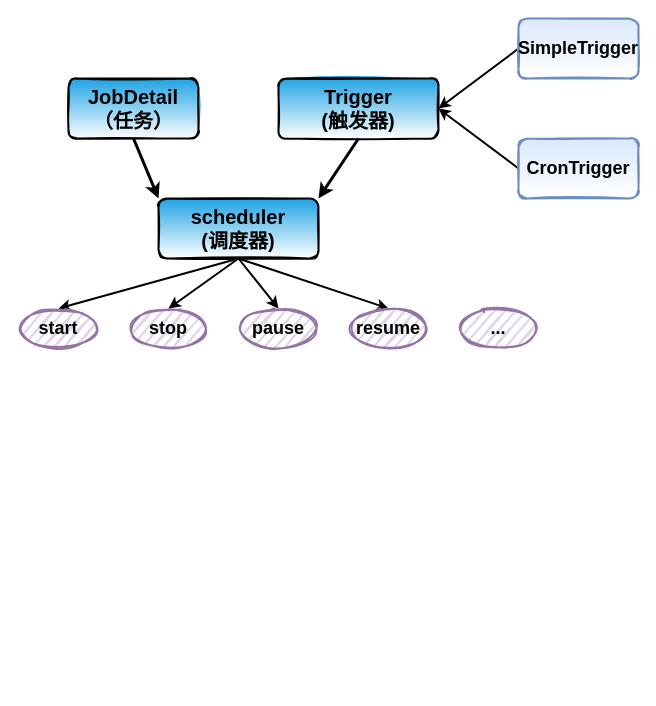
The draw.io diagram quartz.drawio in C-wx/MindManager, before the edit. Source tidied: cells renumbered, new cells numbered last; positions are measured from the earlier drawing's top-left corner, leaving out a move shared by most shapes. Both pictures are drawn from the tidied source at 100%, with x=0, y=0 at pixel (18, 18).
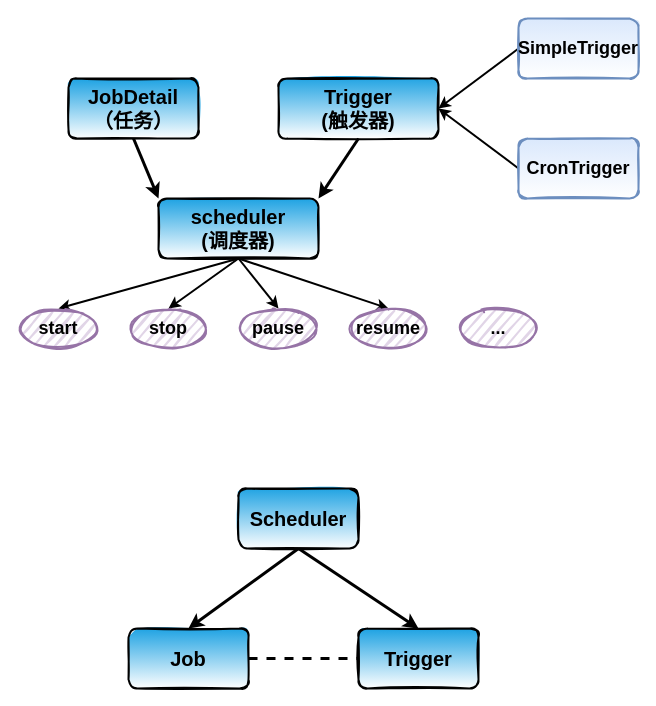
The same page after the edit.

What changed in the source:
```diff
@@
+    <mxCell id="20" style="edgeStyle=none;rounded=0;jettySize=auto;html=1;exitX=0.5;exitY=1;exitDx=0;exitDy=0;entryX=0.5;entryY=0;entryDx=0;entryDy=0;strokeWidth=3;" parent="1" edge="1" source="22" target="25">
+      <mxGeometry relative="1" as="geometry" />
+    </mxCell>
+    <mxCell id="21" style="edgeStyle=none;rounded=0;jettySize=auto;html=1;exitX=0.5;exitY=1;exitDx=0;exitDy=0;entryX=0.5;entryY=0;entryDx=0;entryDy=0;strokeWidth=3;" parent="1" edge="1" source="22" target="24">
+      <mxGeometry relative="1" as="geometry" />
+    </mxCell>
+    <mxCell id="22" value="&lt;font style=&quot;font-size: 20px&quot;&gt;&lt;b&gt;Scheduler&lt;/b&gt;&lt;/font&gt;" style="rounded=1;whiteSpace=wrap;html=1;strokeWidth=2;fillWeight=4;hachureGap=8;hachureAngle=45;fillColor=#1ba1e2;sketch=1;gradientColor=#ffffff;" parent="1" vertex="1">
+      <mxGeometry x="220" y="470" width="120" height="60" as="geometry" />
+    </mxCell>
+    <mxCell id="23" style="rounded=0;jettySize=auto;html=1;exitX=1;exitY=0.5;exitDx=0;exitDy=0;entryX=0;entryY=0.5;entryDx=0;entryDy=0;strokeWidth=3;dashed=1;endArrow=none;endFill=0;" parent="1" edge="1" source="24" target="25">
+      <mxGeometry relative="1" as="geometry" />
+    </mxCell>
+    <mxCell id="24" value="&lt;font style=&quot;font-size: 20px&quot;&gt;&lt;b&gt;Job&lt;/b&gt;&lt;/font&gt;" style="rounded=1;whiteSpace=wrap;html=1;strokeWidth=2;fillWeight=4;hachureGap=8;hachureAngle=45;fillColor=#1ba1e2;sketch=1;gradientColor=#ffffff;" parent="1" vertex="1">
+      <mxGeometry x="110" y="610" width="120" height="60" as="geometry" />
+    </mxCell>
+    <mxCell id="25" value="&lt;font style=&quot;font-size: 20px&quot;&gt;&lt;b&gt;Trigger&lt;br&gt;&lt;/b&gt;&lt;/font&gt;" style="rounded=1;whiteSpace=wrap;html=1;strokeWidth=2;fillWeight=4;hachureGap=8;hachureAngle=45;fillColor=#1ba1e2;sketch=1;gradientColor=#ffffff;" parent="1" vertex="1">
+      <mxGeometry x="340" y="610" width="120" height="60" as="geometry" />
+    </mxCell>
```
